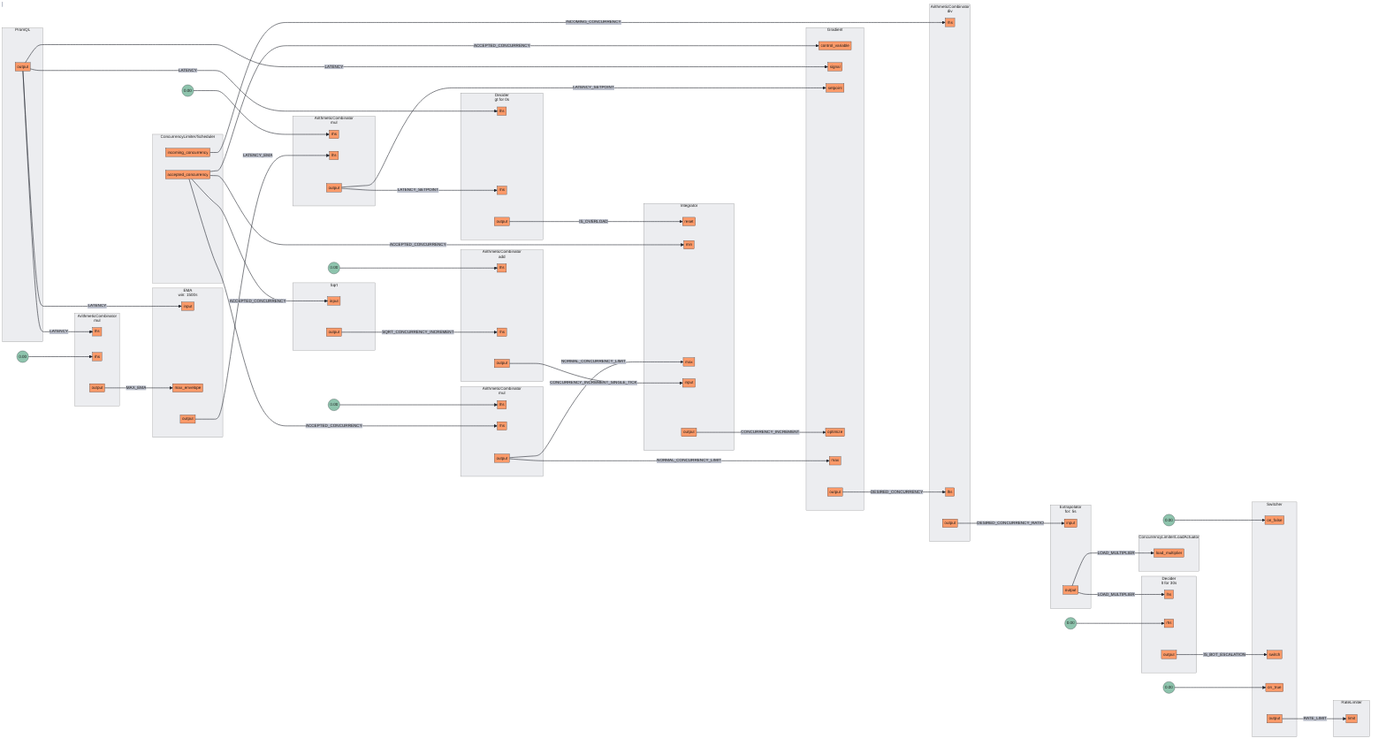
Above: docs/content/tutorials/flow-control/rate-limiting/assets/dynamic-rate-limiting/dynamic-rate-limiting.mmd.png in fluxninja/aperture (Mermaid), before the change. Its source is kept beside it as docs/content/tutorials/flow-control/rate-limiting/assets/dynamic-rate-limiting/dynamic-rate-limiting.mmd.
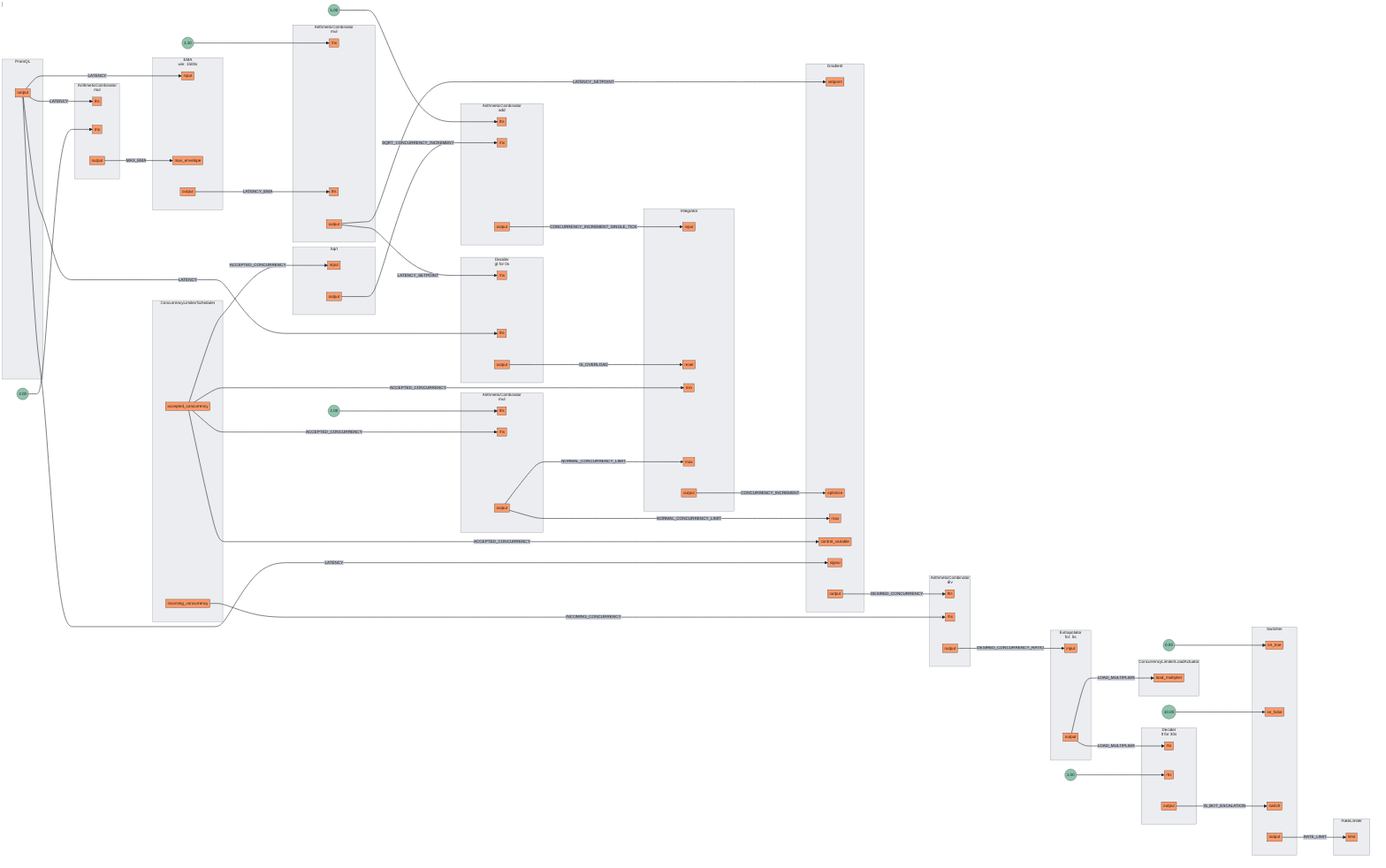
Above is the later version.

The edit, as a diff of the source:
```diff
@@ -10,7 +10,7 @@
 0output[output]
 end
 end
-FakeConstant0((0.00))
+FakeConstant0((2.00))
 FakeConstant0 --> 0rhs
 subgraph 1[<center>ArithmeticCombinator<br/>mul</center>]
 subgraph 1_inports[ ]
@@ -23,13 +23,13 @@
 1output[output]
 end
 end
-FakeConstant1((0.00))
+FakeConstant1((1.10))
 FakeConstant1 --> 1rhs
 subgraph 2[<center>ArithmeticCombinator<br/>div</center>]
 subgraph 2_inports[ ]
 style 2_inports fill:none,stroke:none
+2lhs[lhs]
 2rhs[rhs]
-2lhs[lhs]
 end
 subgraph 2_outports[ ]
 style 2_outports fill:none,stroke:none
@@ -47,7 +47,7 @@
 3output[output]
 end
 end
-FakeConstant2((0.00))
+FakeConstant2((2.00))
 FakeConstant2 --> 3lhs
 subgraph 4[<center>ArithmeticCombinator<br/>add</center>]
 subgraph 4_inports[ ]
@@ -60,15 +60,15 @@
 4output[output]
 end
 end
-FakeConstant3((0.00))
+FakeConstant3((5.00))
 FakeConstant3 --> 4lhs
 subgraph 5[Integrator]
 subgraph 5_inports[ ]
 style 5_inports fill:none,stroke:none
+5input[input]
 5reset[reset]
 5min[min]
 5max[max]
-5input[input]
 end
 subgraph 5_outports[ ]
 style 5_outports fill:none,stroke:none
@@ -105,11 +105,11 @@
 subgraph 9[Gradient]
 subgraph 9_inports[ ]
 style 9_inports fill:none,stroke:none
-9control_variable[control_variable]
-9signal[signal]
 9setpoint[setpoint]
 9optimize[optimize]
 9max[max]
+9control_variable[control_variable]
+9signal[signal]
 end
 subgraph 9_outports[ ]
 style 9_outports fill:none,stroke:none
@@ -148,9 +148,9 @@
 subgraph 14[Switcher]
 subgraph 14_inports[ ]
 style 14_inports fill:none,stroke:none
+14on_true[on_true]
 14on_false[on_false]
 14switch[switch]
-14on_true[on_true]
 end
 subgraph 14_outports[ ]
 style 14_outports fill:none,stroke:none
@@ -158,14 +158,14 @@
 end
 end
 FakeConstant4((0.00))
-FakeConstant4 --> 14on_false
-FakeConstant5((0.00))
-FakeConstant5 --> 14on_true
+FakeConstant4 --> 14on_true
+FakeConstant5((10.00))
+FakeConstant5 --> 14on_false
 subgraph 12[<center>Decider<br/>gt for 0s</center>]
 subgraph 12_inports[ ]
 style 12_inports fill:none,stroke:none
+12rhs[rhs]
 12lhs[lhs]
-12rhs[rhs]
 end
 subgraph 12_outports[ ]
 style 12_outports fill:none,stroke:none
@@ -183,30 +183,30 @@
 13output[output]
 end
 end
-FakeConstant6((0.00))
+FakeConstant6((1.00))
 FakeConstant6 --> 13rhs
-0output --> |MAX_EMA| 8max_envelope
 3output --> |NORMAL_CONCURRENCY_LIMIT| 5max
 3output --> |NORMAL_CONCURRENCY_LIMIT| 9max
-4output --> |CONCURRENCY_INCREMENT_SINGLE_TICK| 5input
-10output --> |LOAD_MULTIPLIER| 11.LoadActuatorload_multiplier
-10output --> |LOAD_MULTIPLIER| 13lhs
+9output --> |DESIRED_CONCURRENCY| 2lhs
 6output --> |SQRT_CONCURRENCY_INCREMENT| 4rhs
 8output --> |LATENCY_EMA| 1lhs
 11.Schedulerincoming_concurrency --> |INCOMING_CONCURRENCY| 2rhs
+12output --> |IS_OVERLOAD| 5reset
 14output --> |RATE_LIMIT| 15limit
-13output --> |IS_BOT_ESCALATION| 14switch
 1output --> |LATENCY_SETPOINT| 9setpoint
 1output --> |LATENCY_SETPOINT| 12rhs
+4output --> |CONCURRENCY_INCREMENT_SINGLE_TICK| 5input
 5output --> |CONCURRENCY_INCREMENT| 9optimize
+13output --> |IS_BOT_ESCALATION| 14switch
+0output --> |MAX_EMA| 8max_envelope
+2output --> |DESIRED_CONCURRENCY_RATIO| 10input
 7output --> |LATENCY| 0lhs
 7output --> |LATENCY| 8input
 7output --> |LATENCY| 9signal
 7output --> |LATENCY| 12lhs
+10output --> |LOAD_MULTIPLIER| 11.LoadActuatorload_multiplier
+10output --> |LOAD_MULTIPLIER| 13lhs
 11.Scheduleraccepted_concurrency --> |ACCEPTED_CONCURRENCY| 3rhs
 11.Scheduleraccepted_concurrency --> |ACCEPTED_CONCURRENCY| 5min
 11.Scheduleraccepted_concurrency --> |ACCEPTED_CONCURRENCY| 6input
 11.Scheduleraccepted_concurrency --> |ACCEPTED_CONCURRENCY| 9control_variable
-2output --> |DESIRED_CONCURRENCY_RATIO| 10input
-9output --> |DESIRED_CONCURRENCY| 2lhs
-12output --> |IS_OVERLOAD| 5reset
```
